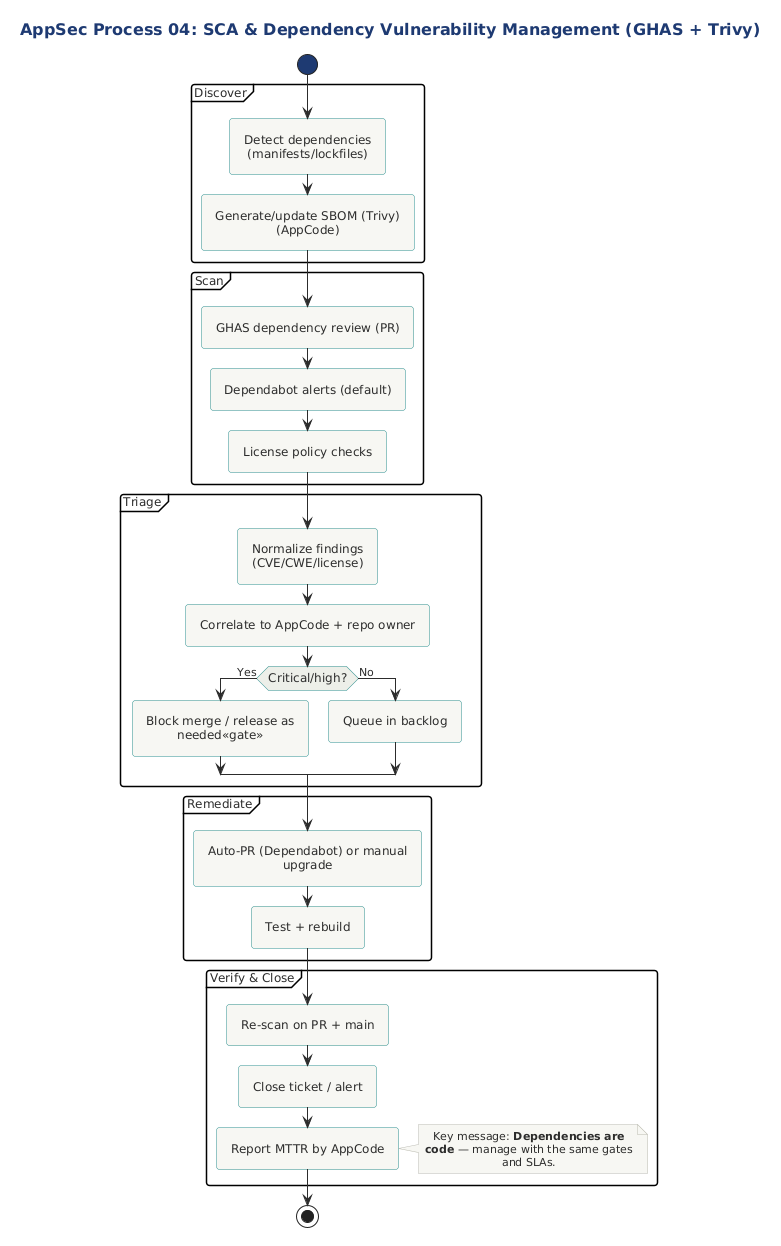
This is src/security/application-security/processes/appsec-process-diagrams/png/04-sca-dependency-vuln-mgmt-ghas-trivy.png from Notoriousjayy/latex-docs, a PlantUML export, as it was before one commit.
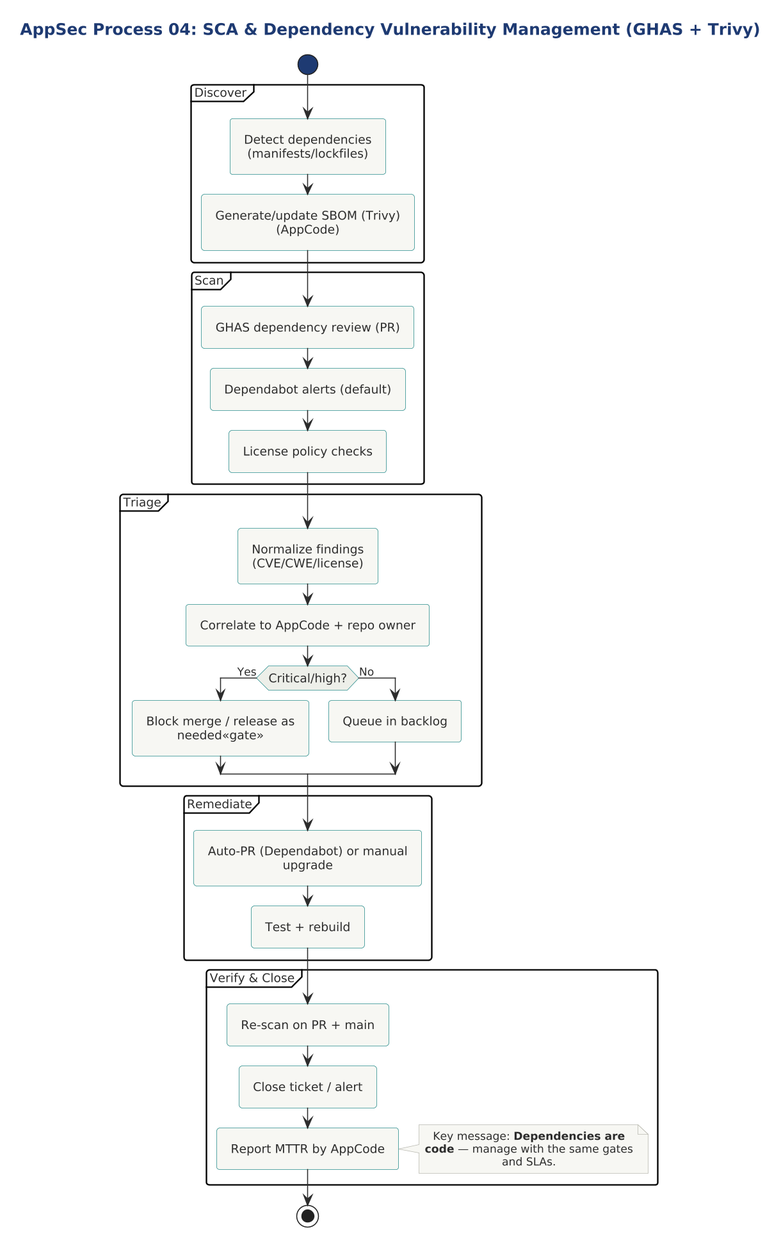
The same diagram one commit later.

What changed in the source:
```diff
@@ -1,5 +1,9 @@
 @startuml
-!include ../../../../../tooling/styles/plantuml/behavioral/activity-diagram-style.iuml
+
+skinparam dpi 150
+
+
+
 !include ../../../../../tooling/styles/plantuml/behavioral/activity-diagram-style.iuml
 
 title AppSec Process 04: SCA & Dependency Vulnerability Management (GHAS + Trivy)
```
